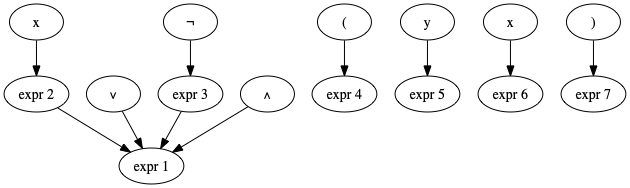
jotagarciaz/representacion-del-conocimiento keeps this Graphviz diagram as p1/Digraph.gv.png. Above is the earlier version. Its source is kept beside it as p1/Digraph.gv. Source of this version:
```dot
digraph {
	1 [label="expr 1"]
	2 [label="expr 2"]
	"const 2" [label=x]
	"const 2" -> 2
	"or 3" [label="∨"]
	"or 3" -> 1
	3 [label="expr 3"]
	"not 3" [label="¬"]
	"not 3" -> 3
	4 [label="expr 4"]
	"lparen 4" [label="("]
	"lparen 4" -> 4
	5 [label="expr 5"]
	"const 5" [label=y]
	"const 5" -> 5
	"or 6" [label="∧"]
	"or 6" -> 1
	6 [label="expr 6"]
	"const 6" [label=x]
	"const 6" -> 6
	7 [label="expr 7"]
	"rparen 7" [label=")"]
	"rparen 7" -> 7
	2 -> 1
	3 -> 1
}
```
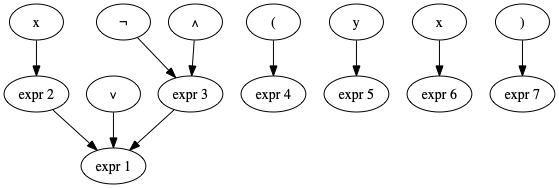
The same diagram one commit later.

Change to the diagram source:
```diff
@@ -15,7 +15,7 @@
 	"const 5" [label=y]
 	"const 5" -> 5
 	"or 6" [label="∧"]
-	"or 6" -> 1
+	"or 6" -> 3
 	6 [label="expr 6"]
 	"const 6" [label=x]
 	"const 6" -> 6
```
